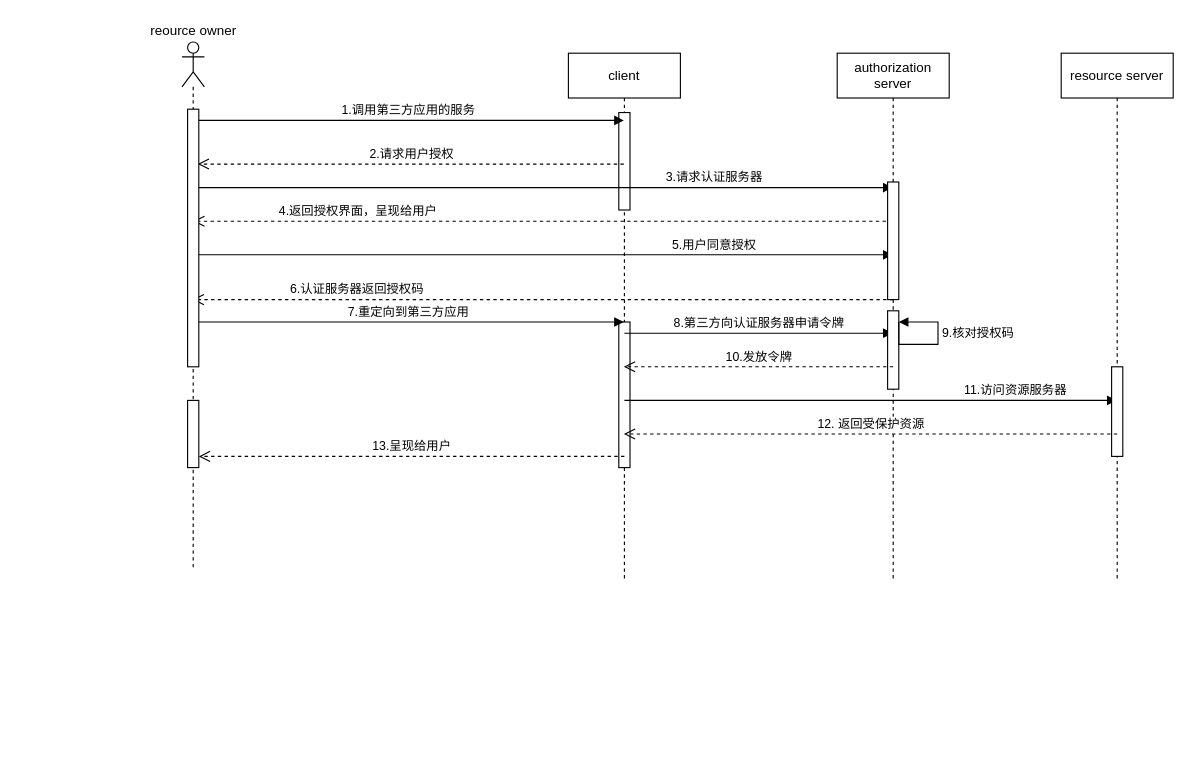
This is 时序图.drawio from wordlu/note-update, a draw.io file, before an edit. Source tidied: cells renumbered, new cells numbered last; positions are measured from the earlier drawing's top-left corner, leaving out a move shared by most shapes. Both pictures are drawn from the tidied source at 112%, with x=0, y=0 at pixel (142, 19).
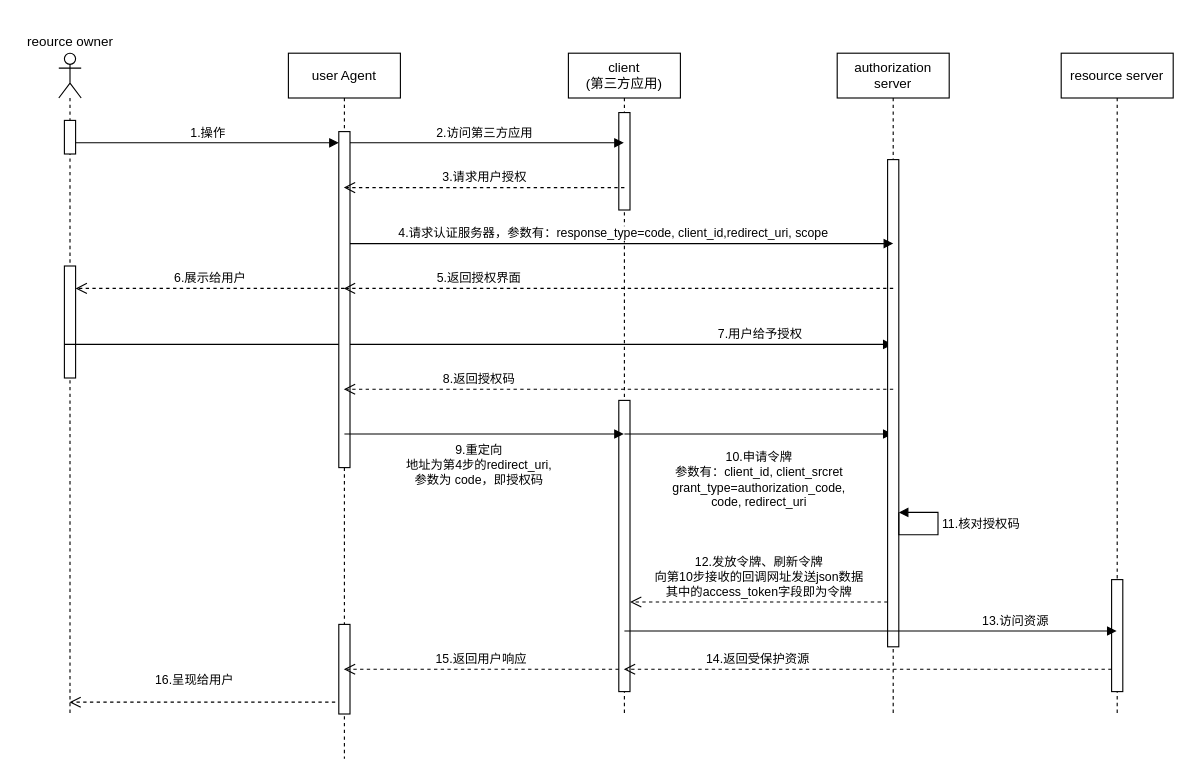
The same diagram, later.

The edit, as a diff of the source:
```diff
@@
-    <mxCell id="2" value="client" style="shape=umlLifeline;perimeter=lifelinePerimeter;whiteSpace=wrap;html=1;outlineConnect=0;" parent="1" vertex="1">
-      <mxGeometry x="380" y="30" width="100" height="470" as="geometry" />
+    <mxCell id="2" value="client&lt;br&gt;(第三方应用)" style="shape=umlLifeline;perimeter=lifelinePerimeter;whiteSpace=wrap;html=1;outlineConnect=0;" parent="1" vertex="1">
+      <mxGeometry x="380" y="30" width="100" height="590" as="geometry" />
     </mxCell>
@@
     <mxCell id="4" style="html=1;points=[];perimeter=orthogonalPerimeter;" parent="2" vertex="1">
-      <mxGeometry x="45" y="240" width="10" height="130" as="geometry" />
+      <mxGeometry x="45" y="310" width="10" height="260" as="geometry" />
     </mxCell>
-    <mxCell id="5" value="8.第三方向认证服务器申请令牌" style="html=1;verticalAlign=bottom;endArrow=block;" parent="2" edge="1" target="15">
-      <mxGeometry relative="1" as="geometry">
-        <mxPoint x="50" y="250" as="sourcePoint" />
-      </mxGeometry>
-    </mxCell>
-    <mxCell id="6" value="11.访问资源服务器" style="html=1;verticalAlign=bottom;endArrow=block;" parent="2" edge="1" target="19">
-      <mxGeometry x="0.59" relative="1" as="geometry">
-        <mxPoint x="50" y="310" as="sourcePoint" />
-      </mxGeometry>
-    </mxCell>
+    <mxCell id="27" value="10.申请令牌&lt;br&gt;参数有：client_id, client_srcret&lt;br&gt;grant_type=authorization_code,&lt;br&gt;code, redirect_uri" style="html=1;verticalAlign=bottom;endArrow=block;" parent="2" edge="1" target="15">
+      <mxGeometry y="-70" relative="1" as="geometry">
+        <mxPoint x="50" y="340" as="sourcePoint" />
+      </mxGeometry>
+    </mxCell>
     <mxCell id="7" style="shape=umlLifeline;participant=umlActor;perimeter=lifelinePerimeter;whiteSpace=wrap;html=1;verticalAlign=top;spacingTop=36;outlineConnect=0;" parent="1" vertex="1">
-      <mxGeometry x="35" y="20" width="20" height="470" as="geometry" />
+      <mxGeometry x="-75" y="30" width="20" height="590" as="geometry" />
     </mxCell>
-    <mxCell id="8" value="1.调用第三方应用的服务" style="html=1;verticalAlign=bottom;endArrow=block;" parent="7" edge="1" target="2">
-      <mxGeometry relative="1" as="geometry">
-        <mxPoint x="10" y="70" as="sourcePoint" />
-      </mxGeometry>
-    </mxCell>
-    <mxCell id="9" value="3.请求认证服务器" style="html=1;verticalAlign=bottom;endArrow=block;" parent="7" edge="1" target="15">
-      <mxGeometry x="0.49" relative="1" as="geometry">
-        <mxPoint x="10" y="130" as="sourcePoint" />
-      </mxGeometry>
-    </mxCell>
-    <mxCell id="10" value="4.返回授权界面，呈现给用户" style="html=1;verticalAlign=bottom;endArrow=open;dashed=1;endSize=8;" parent="7" edge="1" source="15">
-      <mxGeometry x="0.53" relative="1" as="geometry">
-        <mxPoint x="10" y="160" as="targetPoint" />
-      </mxGeometry>
-    </mxCell>
-    <mxCell id="11" value="5.用户同意授权" style="html=1;verticalAlign=bottom;endArrow=block;" parent="7" edge="1" target="15">
-      <mxGeometry x="0.49" relative="1" as="geometry">
-        <mxPoint x="10" y="190" as="sourcePoint" />
-      </mxGeometry>
-    </mxCell>
-    <mxCell id="12" value="7.重定向到第三方应用" style="html=1;verticalAlign=bottom;endArrow=block;" parent="7" edge="1" target="2">
-      <mxGeometry relative="1" as="geometry">
-        <mxPoint x="10" y="250" as="sourcePoint" />
-      </mxGeometry>
-    </mxCell>
     <mxCell id="13" style="html=1;points=[];perimeter=orthogonalPerimeter;" parent="7" vertex="1">
-      <mxGeometry x="5" y="320" width="10" height="60" as="geometry" />
+      <mxGeometry x="5" y="190" width="10" height="100" as="geometry" />
     </mxCell>
+    <mxCell id="26" style="html=1;perimeter=orthogonalPerimeter;" parent="7" vertex="1">
+      <mxGeometry x="5" y="60" width="10" height="30" as="geometry" />
+    </mxCell>
+    <mxCell id="28" value="1.操作" style="html=1;verticalAlign=bottom;endArrow=block;" parent="7" edge="1">
+      <mxGeometry relative="1" as="geometry">
+        <mxPoint x="15" y="80" as="sourcePoint" />
+        <mxPoint x="250" y="80" as="targetPoint" />
+      </mxGeometry>
+    </mxCell>
+    <mxCell id="29" value="7.用户给予授权" style="html=1;verticalAlign=bottom;endArrow=block;" parent="7" edge="1" target="15">
+      <mxGeometry x="0.68" relative="1" as="geometry">
+        <mxPoint x="5" y="260" as="sourcePoint" />
+      </mxGeometry>
+    </mxCell>
     <mxCell id="14" value="reource owner&lt;br&gt;" style="text;html=1;align=center;verticalAlign=middle;" parent="1" vertex="1">
-      <mxGeometry width="90" height="20" as="geometry" />
+      <mxGeometry x="-110" y="10" width="90" height="20" as="geometry" />
     </mxCell>
     <mxCell id="15" value="authorization server" style="shape=umlLifeline;perimeter=lifelinePerimeter;whiteSpace=wrap;html=1;outlineConnect=0;" parent="1" vertex="1">
-      <mxGeometry x="620" y="30" width="100" height="470" as="geometry" />
+      <mxGeometry x="620" y="30" width="100" height="590" as="geometry" />
     </mxCell>
-    <mxCell id="16" style="html=1;perimeter=orthogonalPerimeter;" parent="15" vertex="1">
-      <mxGeometry x="45" y="115" width="10" height="105" as="geometry" />
-    </mxCell>
     <mxCell id="17" style="html=1;points=[];perimeter=orthogonalPerimeter;" parent="15" vertex="1">
-      <mxGeometry x="45" y="230" width="10" height="70" as="geometry" />
+      <mxGeometry x="45" y="95" width="10" height="435" as="geometry" />
     </mxCell>
-    <mxCell id="18" value="9.核对授权码" style="edgeStyle=orthogonalEdgeStyle;html=1;align=left;spacingLeft=2;endArrow=block;rounded=0;" parent="15" edge="1">
+    <mxCell id="18" value="11.核对授权码" style="edgeStyle=orthogonalEdgeStyle;html=1;align=left;spacingLeft=2;endArrow=block;rounded=0;" parent="15" edge="1">
       <mxGeometry x="0.18" relative="1" as="geometry">
-        <mxPoint x="55" y="240" as="sourcePoint" />
-        <mxPoint x="55" y="240" as="targetPoint" />
+        <mxPoint x="55" y="410" as="sourcePoint" />
+        <mxPoint x="55" y="410" as="targetPoint" />
         <Array as="points">
-          <mxPoint x="55" y="260" />
-          <mxPoint x="90" y="260" />
-          <mxPoint x="90" y="240" />
+          <mxPoint x="55" y="430" />
+          <mxPoint x="90" y="430" />
+          <mxPoint x="90" y="410" />
         </Array>
       </mxGeometry>
     </mxCell>
     <mxCell id="19" value="resource server" style="shape=umlLifeline;perimeter=lifelinePerimeter;whiteSpace=wrap;html=1;outlineConnect=0;" parent="1" vertex="1">
-      <mxGeometry x="820" y="30" width="100" height="470" as="geometry" />
+      <mxGeometry x="820" y="30" width="100" height="590" as="geometry" />
     </mxCell>
     <mxCell id="20" style="html=1;points=[];perimeter=orthogonalPerimeter;" parent="19" vertex="1">
-      <mxGeometry x="45" y="280" width="10" height="80" as="geometry" />
+      <mxGeometry x="45" y="470" width="10" height="100" as="geometry" />
     </mxCell>
-    <mxCell id="21" value="2.请求用户授权" style="html=1;verticalAlign=bottom;endArrow=open;dashed=1;endSize=8;" parent="1" edge="1" source="2">
-      <mxGeometry relative="1" as="geometry">
-        <mxPoint x="49" y="129" as="targetPoint" />
-      </mxGeometry>
-    </mxCell>
-    <mxCell id="22" value="6.认证服务器返回授权码" style="html=1;verticalAlign=bottom;endArrow=open;dashed=1;endSize=8;" parent="1" edge="1" target="7">
-      <mxGeometry x="0.53" relative="1" as="geometry">
-        <mxPoint x="670" y="250" as="sourcePoint" />
-      </mxGeometry>
-    </mxCell>
-    <mxCell id="23" value="10.发放令牌" style="html=1;verticalAlign=bottom;endArrow=open;dashed=1;endSize=8;" parent="1" edge="1" target="2">
-      <mxGeometry relative="1" as="geometry">
-        <mxPoint x="670" y="310" as="sourcePoint" />
-      </mxGeometry>
-    </mxCell>
-    <mxCell id="24" value="12. 返回受保护资源" style="html=1;verticalAlign=bottom;endArrow=open;dashed=1;endSize=8;" parent="1" edge="1" target="2">
-      <mxGeometry relative="1" as="geometry">
-        <mxPoint x="870" y="370" as="sourcePoint" />
-      </mxGeometry>
-    </mxCell>
-    <mxCell id="25" value="13.呈现给用户" style="html=1;verticalAlign=bottom;endArrow=open;dashed=1;endSize=8;" parent="1" edge="1" target="13">
-      <mxGeometry relative="1" as="geometry">
-        <mxPoint x="430" y="390" as="sourcePoint" />
-      </mxGeometry>
-    </mxCell>
-    <mxCell id="26" style="html=1;perimeter=orthogonalPerimeter;" parent="1" vertex="1">
-      <mxGeometry x="40" y="80" width="10" height="230" as="geometry" />
-    </mxCell>
+    <mxCell id="30" value="user Agent" style="shape=umlLifeline;perimeter=lifelinePerimeter;whiteSpace=wrap;html=1;outlineConnect=0;" parent="1" vertex="1">
+      <mxGeometry x="130" y="30" width="100" height="630" as="geometry" />
+    </mxCell>
+    <mxCell id="31" value="2.访问第三方应用" style="html=1;verticalAlign=bottom;endArrow=block;" parent="30" edge="1" target="2">
+      <mxGeometry relative="1" as="geometry">
+        <mxPoint x="50" y="80" as="sourcePoint" />
+      </mxGeometry>
+    </mxCell>
+    <mxCell id="32" value="4.请求认证服务器，参数有：response_type=code, client_id,redirect_uri, scope" style="html=1;verticalAlign=bottom;endArrow=block;entryX=0.5;entryY=0.524;entryDx=0;entryDy=0;entryPerimeter=0;" parent="30" edge="1">
+      <mxGeometry x="-0.02" relative="1" as="geometry">
+        <mxPoint x="50" y="170" as="sourcePoint" />
+        <mxPoint x="540" y="170" as="targetPoint" />
+      </mxGeometry>
+    </mxCell>
+    <mxCell id="33" style="html=1;perimeter=orthogonalPerimeter;" parent="30" vertex="1">
+      <mxGeometry x="45" y="70" width="10" height="300" as="geometry" />
+    </mxCell>
+    <mxCell id="34" value="9.重定向&lt;br&gt;地址为第4步的redirect_uri,&lt;br&gt;参数为 code，即授权码" style="html=1;verticalAlign=bottom;endArrow=block;" parent="30" edge="1" target="2">
+      <mxGeometry x="-0.04" y="-50" relative="1" as="geometry">
+        <mxPoint x="50" y="340" as="sourcePoint" />
+      </mxGeometry>
+    </mxCell>
+    <mxCell id="35" style="html=1;points=[];perimeter=orthogonalPerimeter;" parent="30" vertex="1">
+      <mxGeometry x="45" y="510" width="10" height="80" as="geometry" />
+    </mxCell>
+    <mxCell id="36" value="3.请求用户授权" style="html=1;verticalAlign=bottom;endArrow=open;dashed=1;endSize=8;" parent="1" edge="1" target="30">
+      <mxGeometry relative="1" as="geometry">
+        <mxPoint x="430" y="150" as="sourcePoint" />
+      </mxGeometry>
+    </mxCell>
+    <mxCell id="37" value="5.返回授权界面" style="html=1;verticalAlign=bottom;endArrow=open;dashed=1;endSize=8;" parent="1" edge="1" target="30">
+      <mxGeometry x="0.51" relative="1" as="geometry">
+        <mxPoint x="670" y="240" as="sourcePoint" />
+      </mxGeometry>
+    </mxCell>
+    <mxCell id="38" value="6.展示给用户" style="html=1;verticalAlign=bottom;endArrow=open;dashed=1;endSize=8;" parent="1" edge="1" target="13">
+      <mxGeometry relative="1" as="geometry">
+        <mxPoint x="180" y="240" as="sourcePoint" />
+      </mxGeometry>
+    </mxCell>
+    <mxCell id="39" value="8.返回授权码" style="html=1;verticalAlign=bottom;endArrow=open;dashed=1;endSize=8;" parent="1" edge="1" target="30">
+      <mxGeometry x="0.51" relative="1" as="geometry">
+        <mxPoint x="670" y="330" as="sourcePoint" />
+      </mxGeometry>
+    </mxCell>
+    <mxCell id="40" value="12.发放令牌、刷新令牌&lt;br&gt;向第10步接收的回调网址发送json数据&lt;br&gt;其中的access_token字段即为令牌" style="html=1;verticalAlign=bottom;endArrow=open;dashed=1;endSize=8;" parent="1" edge="1" source="17" target="4">
+      <mxGeometry relative="1" as="geometry">
+        <Array as="points">
+          <mxPoint x="630" y="520" />
+        </Array>
+      </mxGeometry>
+    </mxCell>
+    <mxCell id="41" value="14.返回受保护资源" style="html=1;verticalAlign=bottom;endArrow=open;dashed=1;endSize=8;" parent="1" edge="1" source="20" target="2">
+      <mxGeometry x="0.45" relative="1" as="geometry">
+        <Array as="points">
+          <mxPoint x="640" y="580" />
+        </Array>
+      </mxGeometry>
+    </mxCell>
+    <mxCell id="42" value="15.返回用户响应" style="html=1;verticalAlign=bottom;endArrow=open;dashed=1;endSize=8;" parent="1" edge="1" source="4" target="30">
+      <mxGeometry relative="1" as="geometry">
+        <Array as="points">
+          <mxPoint x="320" y="580" />
+        </Array>
+      </mxGeometry>
+    </mxCell>
+    <mxCell id="43" value="16.呈现给用户" style="html=1;verticalAlign=bottom;endArrow=open;dashed=1;endSize=8;exitX=-0.32;exitY=0.868;exitDx=0;exitDy=0;exitPerimeter=0;" parent="1" edge="1" source="35" target="7">
+      <mxGeometry x="0.06" y="-10" relative="1" as="geometry" />
+    </mxCell>
+    <mxCell id="44" value="13.访问资源" style="html=1;verticalAlign=bottom;endArrow=block;exitX=0.5;exitY=0.792;exitDx=0;exitDy=0;exitPerimeter=0;" parent="1" edge="1" source="4" target="19">
+      <mxGeometry x="0.59" relative="1" as="geometry" />
+    </mxCell>
```
